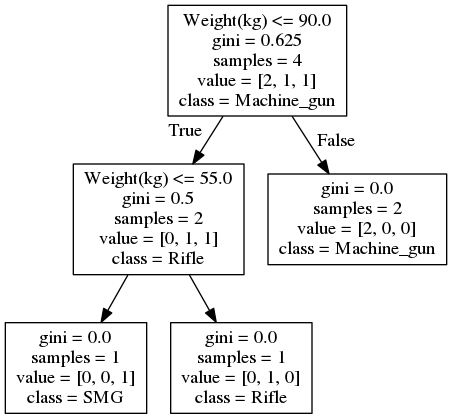
Earlier version of the Graphviz export rifles/dogs.png (mjstein/scilearn). Its source is kept beside it as rifles/dogs.dot.
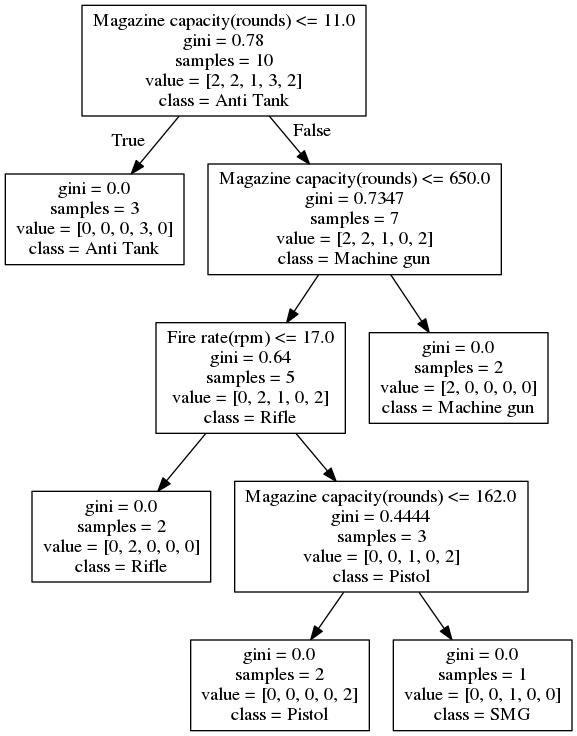
After the change.

Change to the diagram source:
```diff
@@ -1,12 +1,20 @@
 digraph Tree {
 node [shape=box] ;
-0 [label="Weight(kg) <= 90.0\ngini = 0.625\nsamples = 4\nvalue = [2, 1, 1]\nclass = Machine_gun"] ;
-1 [label="Weight(kg) <= 55.0\ngini = 0.5\nsamples = 2\nvalue = [0, 1, 1]\nclass = Rifle"] ;
+0 [label="Magazine capacity(rounds) <= 11.0\ngini = 0.78\nsamples = 10\nvalue = [2, 2, 1, 3, 2]\nclass = Anti Tank"] ;
+1 [label="gini = 0.0\nsamples = 3\nvalue = [0, 0, 0, 3, 0]\nclass = Anti Tank"] ;
 0 -> 1 [labeldistance=2.5, labelangle=45, headlabel="True"] ;
-2 [label="gini = 0.0\nsamples = 1\nvalue = [0, 0, 1]\nclass = SMG"] ;
-1 -> 2 ;
-3 [label="gini = 0.0\nsamples = 1\nvalue = [0, 1, 0]\nclass = Rifle"] ;
-1 -> 3 ;
-4 [label="gini = 0.0\nsamples = 2\nvalue = [2, 0, 0]\nclass = Machine_gun"] ;
-0 -> 4 [labeldistance=2.5, labelangle=-45, headlabel="False"] ;
+2 [label="Magazine capacity(rounds) <= 650.0\ngini = 0.7347\nsamples = 7\nvalue = [2, 2, 1, 0, 2]\nclass = Machine gun"] ;
+0 -> 2 [labeldistance=2.5, labelangle=-45, headlabel="False"] ;
+3 [label="Fire rate(rpm) <= 17.0\ngini = 0.64\nsamples = 5\nvalue = [0, 2, 1, 0, 2]\nclass = Rifle"] ;
+2 -> 3 ;
+4 [label="gini = 0.0\nsamples = 2\nvalue = [0, 2, 0, 0, 0]\nclass = Rifle"] ;
+3 -> 4 ;
+5 [label="Magazine capacity(rounds) <= 162.0\ngini = 0.4444\nsamples = 3\nvalue = [0, 0, 1, 0, 2]\nclass = Pistol"] ;
+3 -> 5 ;
+6 [label="gini = 0.0\nsamples = 2\nvalue = [0, 0, 0, 0, 2]\nclass = Pistol"] ;
+5 -> 6 ;
+7 [label="gini = 0.0\nsamples = 1\nvalue = [0, 0, 1, 0, 0]\nclass = SMG"] ;
+5 -> 7 ;
+8 [label="gini = 0.0\nsamples = 2\nvalue = [2, 0, 0, 0, 0]\nclass = Machine gun"] ;
+2 -> 8 ;
 }
```
